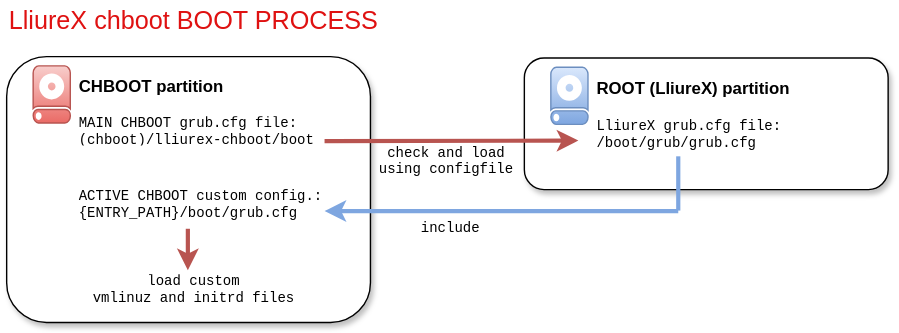
lliurex/lliurex-chboot keeps this draw.io diagram as images/chboot-boot.svg. Above is the earlier version. Source tidied: cells renumbered, new cells last; positions are measured from the earlier drawing's top-left corner, leaving out a move shared by most shapes.
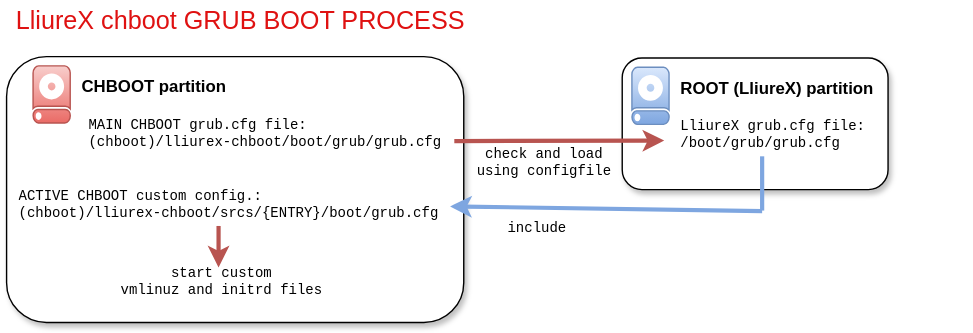
After the change.

Diff of the diagram source:
```diff
@@ -2,29 +2,29 @@
   <root>
     <mxCell id="0" />
     <mxCell id="1" parent="0" />
-    <object id="2" label="&lt;div&gt;&lt;span style=&quot;text-wrap-mode: nowrap;&quot;&gt;LliureX chboot BOOT PROCESS&lt;/span&gt;&lt;/div&gt;" name="Variable" placeholders="1">
+    <object id="2" label="&lt;div&gt;&lt;span style=&quot;text-wrap-mode: nowrap;&quot;&gt;LliureX chboot GRUB BOOT PROCESS&lt;/span&gt;&lt;/div&gt;" name="Variable" placeholders="1">
       <mxCell style="text;html=1;strokeColor=none;fillColor=none;align=left;verticalAlign=middle;whiteSpace=wrap;overflow=hidden;fontColor=#df1111;fontSize=18;" parent="1" vertex="1">
-        <mxGeometry width="290" height="30" as="geometry" />
+        <mxGeometry x="-55" width="374.4" height="30" as="geometry" />
       </mxCell>
     </object>
     <mxCell id="3" style="rounded=1;whiteSpace=wrap;html=1;textShadow=0;labelBorderColor=default;spacingRight=0;labelBackgroundColor=none;spacingBottom=0;shadow=1;" parent="1" vertex="1">
-      <mxGeometry y="40" width="260" height="190" as="geometry" />
+      <mxGeometry x="-60" y="40" width="326.7" height="190" as="geometry" />
     </mxCell>
     <object id="4" label="&lt;span style=&quot;text-wrap-mode: nowrap;&quot;&gt;&lt;font&gt;&lt;b&gt;CHBOOT&amp;nbsp;partition&lt;/b&gt;&amp;nbsp;&lt;/font&gt;&lt;/span&gt;" name="Variable" placeholders="1">
       <mxCell style="text;html=1;strokeColor=none;fillColor=none;align=left;verticalAlign=middle;whiteSpace=wrap;overflow=hidden;" parent="1" vertex="1">
-        <mxGeometry x="50" y="49.2" width="210" height="25" as="geometry" />
+        <mxGeometry x="-8" y="49.2" width="210" height="25" as="geometry" />
       </mxCell>
     </object>
-    <object id="5" label="MAIN CHBOOT grub.cfg file:&lt;br&gt;(chboot)/lliurex-chboot/boot" name="Variable" placeholders="1">
+    <object id="5" label="MAIN CHBOOT grub.cfg file:&lt;br&gt;(chboot)/lliurex-chboot/boot/grub/grub.cfg" name="Variable" placeholders="1">
       <mxCell style="text;html=1;strokeColor=none;fillColor=none;align=left;verticalAlign=middle;whiteSpace=wrap;overflow=hidden;fontFamily=Courier New;fontSize=10;" parent="1" vertex="1">
-        <mxGeometry x="50" y="80.2" width="200" height="25" as="geometry" />
+        <mxGeometry x="-3" y="80.2" width="260" height="30" as="geometry" />
       </mxCell>
     </object>
     <mxCell id="6" style="shadow=0;dashed=0;html=1;strokeColor=#b85450;fillColor=#f8cecc;labelPosition=center;verticalLabelPosition=bottom;verticalAlign=top;align=center;shape=mxgraph.veeam.2d.hard_drive;gradientColor=#ea6b66;" parent="1" vertex="1">
-      <mxGeometry x="18.9" y="46.6" width="26.7" height="40.8" as="geometry" />
+      <mxGeometry x="-41.1" y="46.6" width="26.7" height="40.8" as="geometry" />
     </mxCell>
     <mxCell id="7" style="rounded=1;whiteSpace=wrap;html=1;textShadow=0;labelBorderColor=default;spacingRight=0;labelBackgroundColor=none;spacingBottom=0;shadow=1;" parent="1" vertex="1">
-      <mxGeometry x="370" y="41" width="260" height="94" as="geometry" />
+      <mxGeometry x="380" y="41" width="190" height="94" as="geometry" />
     </mxCell>
     <object id="8" label="&lt;span style=&quot;text-wrap-mode: nowrap;&quot;&gt;&lt;font&gt;&lt;b&gt;ROOT (LliureX) partition&lt;/b&gt;&amp;nbsp;&lt;/font&gt;&lt;/span&gt;" name="Variable" placeholders="1">
       <mxCell style="text;html=1;strokeColor=none;fillColor=none;align=left;verticalAlign=middle;whiteSpace=wrap;overflow=hidden;" parent="1" vertex="1">
@@ -33,26 +33,26 @@
     </object>
     <object id="9" label="LliureX grub.cfg file:&lt;br&gt;/boot/grub/grub.cfg" name="Variable" placeholders="1">
       <mxCell style="text;html=1;strokeColor=none;fillColor=none;align=left;verticalAlign=middle;whiteSpace=wrap;overflow=hidden;fontFamily=Courier New;fontSize=10;" parent="1" vertex="1">
-        <mxGeometry x="420" y="81.2" width="200" height="30" as="geometry" />
+        <mxGeometry x="420" y="81.2" width="140" height="30" as="geometry" />
       </mxCell>
     </object>
     <mxCell id="10" style="shadow=0;dashed=0;html=1;strokeColor=#6c8ebf;fillColor=#dae8fc;labelPosition=center;verticalLabelPosition=bottom;verticalAlign=top;align=center;shape=mxgraph.veeam.2d.hard_drive;gradientColor=#7ea6e0;" parent="1" vertex="1">
-      <mxGeometry x="388.9" y="47.6" width="26.7" height="40.8" as="geometry" />
+      <mxGeometry x="386.9" y="47.6" width="26.7" height="40.8" as="geometry" />
     </mxCell>
     <mxCell id="11" style="endArrow=classic;html=1;rounded=0;fillColor=#f8cecc;gradientColor=#ea6b66;strokeColor=#b85450;strokeWidth=3;" parent="1" edge="1">
       <mxGeometry relative="1" as="geometry">
-        <mxPoint x="227.2" y="100.3" as="sourcePoint" />
-        <mxPoint x="408.6" y="100" as="targetPoint" />
+        <mxPoint x="260" y="100.3" as="sourcePoint" />
+        <mxPoint x="410" y="100" as="targetPoint" />
       </mxGeometry>
     </mxCell>
     <object id="12" label="check and load&lt;br&gt;using configfile" name="Variable" placeholders="1">
       <mxCell style="text;html=1;strokeColor=none;fillColor=none;align=center;verticalAlign=middle;whiteSpace=wrap;overflow=hidden;fontFamily=Courier New;fontSize=10;" parent="1" vertex="1">
-        <mxGeometry x="262" y="94.2" width="105.3" height="40.8" as="geometry" />
+        <mxGeometry x="272" y="95.2" width="105.3" height="40.8" as="geometry" />
       </mxCell>
     </object>
-    <object id="13" label="ACTIVE CHBOOT custom config.:&lt;br&gt;{ENTRY_PATH}/boot/grub.cfg&lt;div&gt;&lt;br&gt;&lt;/div&gt;" name="Variable" placeholders="1">
+    <object id="13" label="ACTIVE CHBOOT custom config.:&lt;br&gt;(chboot)/lliurex-chboot/srcs/{ENTRY}/boot/grub.cfg&lt;div&gt;&lt;br&gt;&lt;/div&gt;" name="Variable" placeholders="1">
       <mxCell style="text;html=1;strokeColor=none;fillColor=none;align=left;verticalAlign=middle;whiteSpace=wrap;overflow=hidden;fontFamily=Courier New;fontSize=10;" parent="1" vertex="1">
-        <mxGeometry x="50" y="132" width="200" height="30" as="geometry" />
+        <mxGeometry x="-53" y="132" width="310" height="30" as="geometry" />
       </mxCell>
     </object>
     <mxCell id="14" style="endArrow=none;html=1;rounded=0;defaultLabelBackgroundColor=page;labelPadding=0 4;strokeWidth=3;fillColor=#cce5ff;strokeColor=#7EA6E0;" parent="1" edge="1">
@@ -61,26 +61,25 @@
         <mxPoint x="480" y="111.2" as="targetPoint" />
       </mxGeometry>
     </mxCell>
-    <mxCell id="15" style="endArrow=classic;html=1;rounded=0;fillColor=#f8cecc;gradientColor=#ea6b66;strokeColor=#7EA6E0;strokeWidth=3;" parent="1" edge="1">
+    <mxCell id="15" style="endArrow=classic;html=1;rounded=0;fillColor=#f8cecc;gradientColor=#ea6b66;strokeColor=#7EA6E0;strokeWidth=3;entryX=1;entryY=0.5;entryDx=0;entryDy=0;" parent="1" edge="1" target="13">
       <mxGeometry relative="1" as="geometry">
         <mxPoint x="480" y="150.3" as="sourcePoint" />
-        <mxPoint x="227.2" y="150.3" as="targetPoint" />
       </mxGeometry>
     </mxCell>
     <object id="16" label="include" name="Variable" placeholders="1">
       <mxCell style="text;html=1;strokeColor=none;fillColor=none;align=center;verticalAlign=middle;whiteSpace=wrap;overflow=hidden;fontFamily=Courier New;fontSize=10;" parent="1" vertex="1">
-        <mxGeometry x="264.7" y="150" width="105.3" height="25" as="geometry" />
+        <mxGeometry x="266.7" y="150" width="105.3" height="25" as="geometry" />
       </mxCell>
     </object>
     <mxCell id="17" style="endArrow=classic;html=1;rounded=0;fillColor=#f8cecc;gradientColor=#ea6b66;strokeColor=#b85450;strokeWidth=3;" parent="1" edge="1">
       <mxGeometry relative="1" as="geometry">
-        <mxPoint x="129.5" y="163" as="sourcePoint" />
-        <mxPoint x="129.5" y="192.7" as="targetPoint" />
+        <mxPoint x="91.5" y="161" as="sourcePoint" />
+        <mxPoint x="91.5" y="190.7" as="targetPoint" />
       </mxGeometry>
     </mxCell>
-    <object id="18" label="load custom&lt;br&gt;vmlinuz and initrd files" name="Variable" placeholders="1">
+    <object id="18" label="start custom&lt;br&gt;vmlinuz and initrd files" name="Variable" placeholders="1">
       <mxCell style="text;html=1;strokeColor=none;fillColor=none;align=center;verticalAlign=middle;whiteSpace=wrap;overflow=hidden;fontFamily=Courier New;fontSize=10;" parent="1" vertex="1">
-        <mxGeometry x="34" y="192" width="200" height="30" as="geometry" />
+        <mxGeometry x="4" y="186" width="180" height="30" as="geometry" />
       </mxCell>
     </object>
   </root>
```
